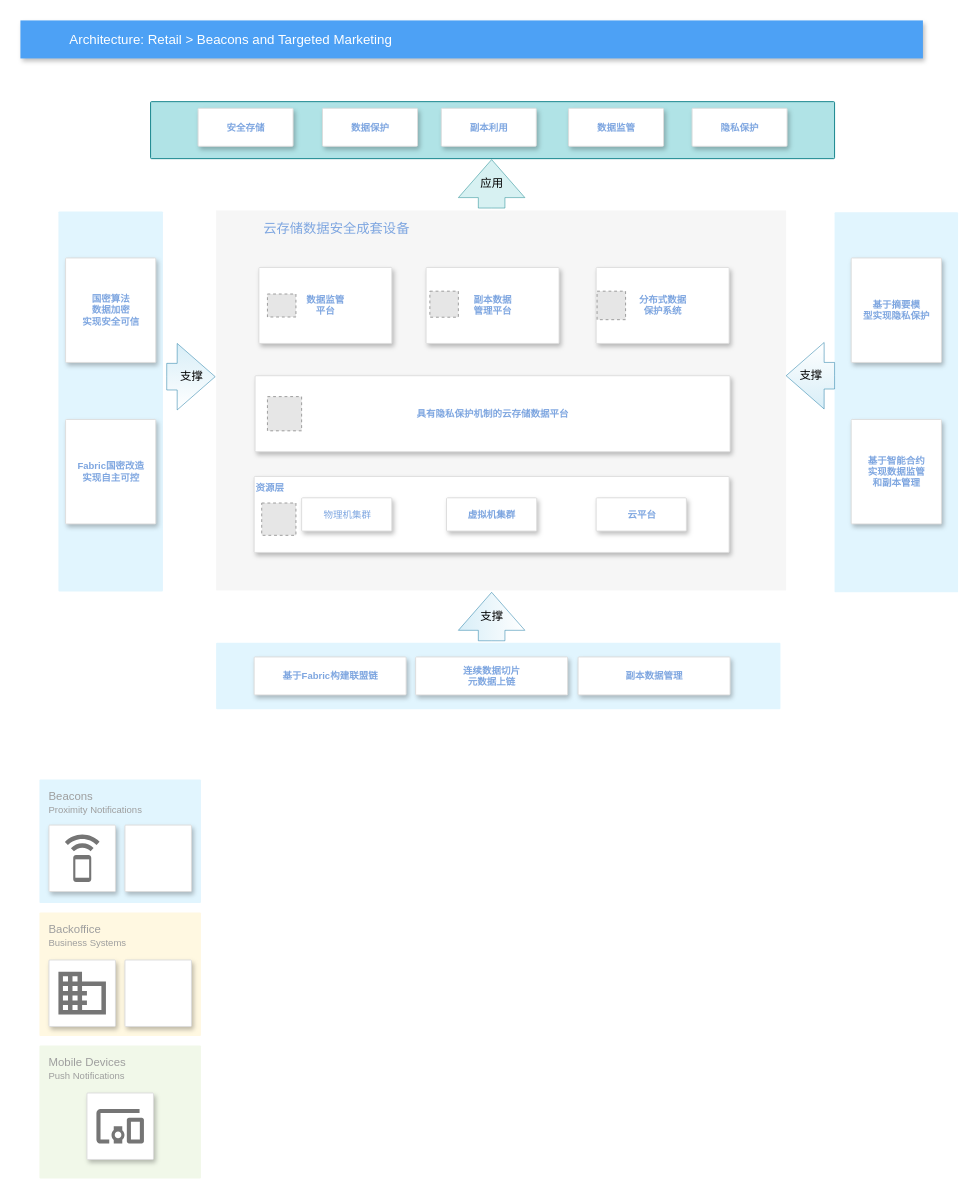
This is 总原理图.drawio from qqshow/drawio, a draw.io file, before an edit. Source tidied: cells renumbered, new cells numbered last; positions are measured from the earlier drawing's top-left corner, leaving out a move shared by most shapes. Both pictures are drawn from the tidied source at 95%, with x=0, y=0 at pixel (20, 20). Pictures stored in the file or linked from it are replaced by grey dashed boxes.
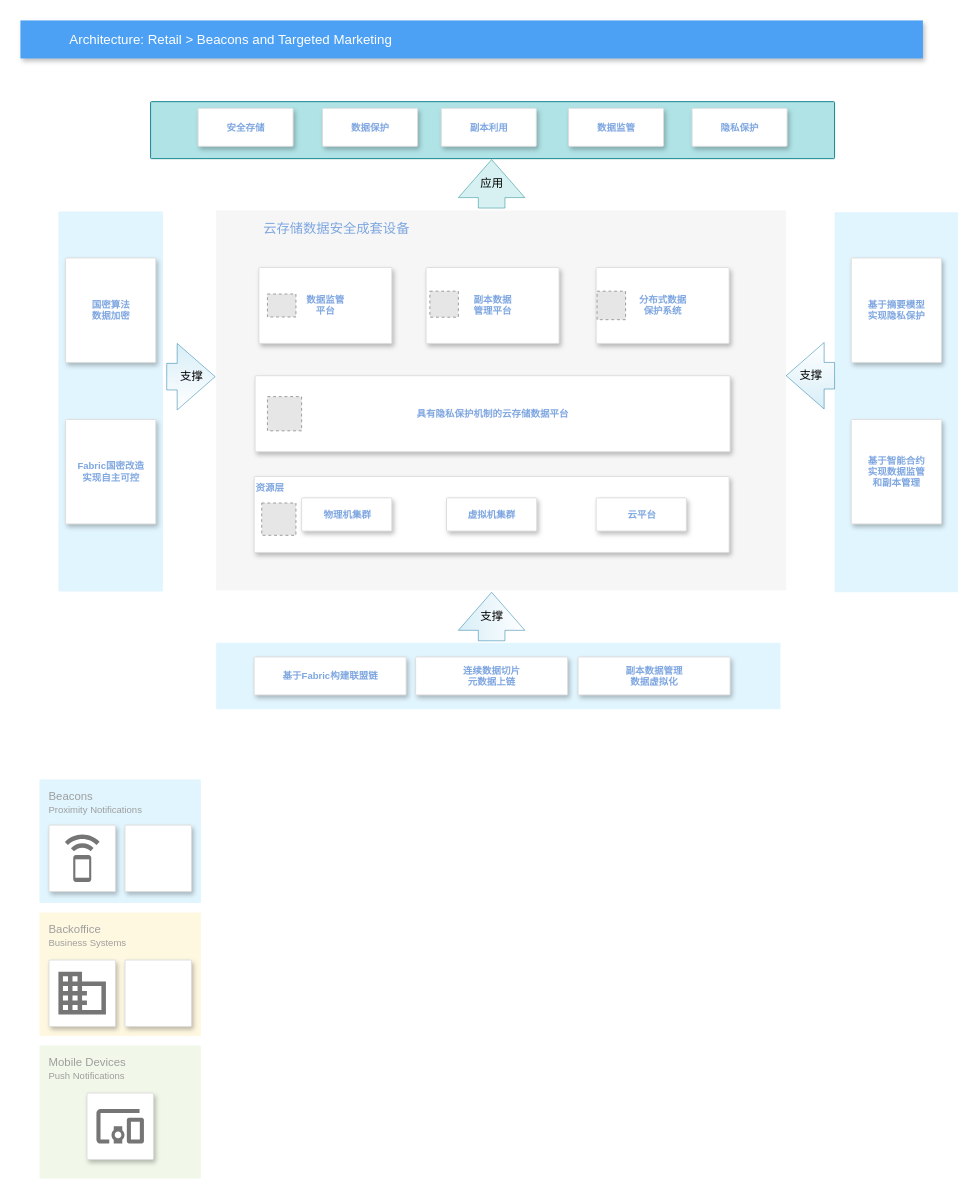
Above is the later version.

The edit, as a diff of the source:
```diff
@@
-    <mxCell id="16" value="&lt;font color=&quot;#7ea6e0&quot;&gt;物理机集群&lt;/font&gt;" style="strokeColor=#dddddd;fillColor=#ffffff;shadow=1;strokeWidth=1;rounded=1;absoluteArcSize=1;arcSize=2;fontSize=10;fontColor=#9E9E9E;align=center;html=1;" parent="1" vertex="1">
+    <mxCell id="16" value="&lt;font color=&quot;#7ea6e0&quot;&gt;&lt;b&gt;物理机集群&lt;/b&gt;&lt;/font&gt;" style="strokeColor=#dddddd;fillColor=#ffffff;shadow=1;strokeWidth=1;rounded=1;absoluteArcSize=1;arcSize=2;fontSize=10;fontColor=#9E9E9E;align=center;html=1;" parent="1" vertex="1">
       <mxGeometry x="296" y="502.5" width="95" height="35" as="geometry" />
     </mxCell>
@@
-    <mxCell id="42" value="&lt;font color=&quot;#7ea6e0&quot;&gt;&lt;span style=&quot;font-size: 10px&quot;&gt;&lt;b&gt;副本数据管理&lt;/b&gt;&lt;/span&gt;&lt;br&gt;&lt;/font&gt;" style="strokeColor=#dddddd;fillColor=#ffffff;shadow=1;strokeWidth=1;rounded=1;absoluteArcSize=1;arcSize=2;fontSize=10;fontColor=#9E9E9E;align=center;html=1;verticalAlign=middle;" parent="1" vertex="1">
+    <mxCell id="42" value="&lt;font color=&quot;#7ea6e0&quot;&gt;&lt;span style=&quot;font-size: 10px&quot;&gt;&lt;b&gt;副本数据管理&lt;br&gt;&lt;/b&gt;&lt;/span&gt;&lt;/font&gt;&lt;b style=&quot;color: rgb(126 , 166 , 224)&quot;&gt;数据虚拟化&lt;/b&gt;&lt;font color=&quot;#7ea6e0&quot;&gt;&lt;br&gt;&lt;/font&gt;" style="strokeColor=#dddddd;fillColor=#ffffff;shadow=1;strokeWidth=1;rounded=1;absoluteArcSize=1;arcSize=2;fontSize=10;fontColor=#9E9E9E;align=center;html=1;verticalAlign=middle;" parent="1" vertex="1">
       <mxGeometry x="587" y="670" width="160" height="40" as="geometry" />
     </mxCell>
-    <mxCell id="43" value="&lt;font color=&quot;#7ea6e0&quot;&gt;&lt;b&gt;基于摘要模&lt;br&gt;型实现隐私保护&lt;/b&gt;&lt;/font&gt;" style="strokeColor=#dddddd;fillColor=#ffffff;shadow=1;strokeWidth=1;rounded=1;absoluteArcSize=1;arcSize=2;fontSize=10;fontColor=#9E9E9E;align=center;html=1;" parent="1" vertex="1">
+    <mxCell id="43" value="&lt;font color=&quot;#7ea6e0&quot;&gt;&lt;b&gt;基于摘要模型&lt;br&gt;实现隐私保护&lt;/b&gt;&lt;/font&gt;" style="strokeColor=#dddddd;fillColor=#ffffff;shadow=1;strokeWidth=1;rounded=1;absoluteArcSize=1;arcSize=2;fontSize=10;fontColor=#9E9E9E;align=center;html=1;" parent="1" vertex="1">
       <mxGeometry x="874.5" y="250" width="95" height="110" as="geometry" />
     </mxCell>
@@
-    <mxCell id="45" value="&lt;font color=&quot;#7ea6e0&quot;&gt;&lt;b&gt;国密算法&lt;br&gt;数据加密&lt;br&gt;实现安全可信&lt;br&gt;&lt;/b&gt;&lt;/font&gt;" style="strokeColor=#dddddd;fillColor=#ffffff;shadow=1;strokeWidth=1;rounded=1;absoluteArcSize=1;arcSize=2;fontSize=10;fontColor=#9E9E9E;align=center;html=1;" parent="1" vertex="1">
+    <mxCell id="45" value="&lt;font color=&quot;#7ea6e0&quot;&gt;&lt;b&gt;国密算法&lt;br&gt;数据加密&lt;br&gt;&lt;/b&gt;&lt;/font&gt;" style="strokeColor=#dddddd;fillColor=#ffffff;shadow=1;strokeWidth=1;rounded=1;absoluteArcSize=1;arcSize=2;fontSize=10;fontColor=#9E9E9E;align=center;html=1;" parent="1" vertex="1">
       <mxGeometry x="47.5" y="250" width="95" height="110" as="geometry" />
     </mxCell>
```
